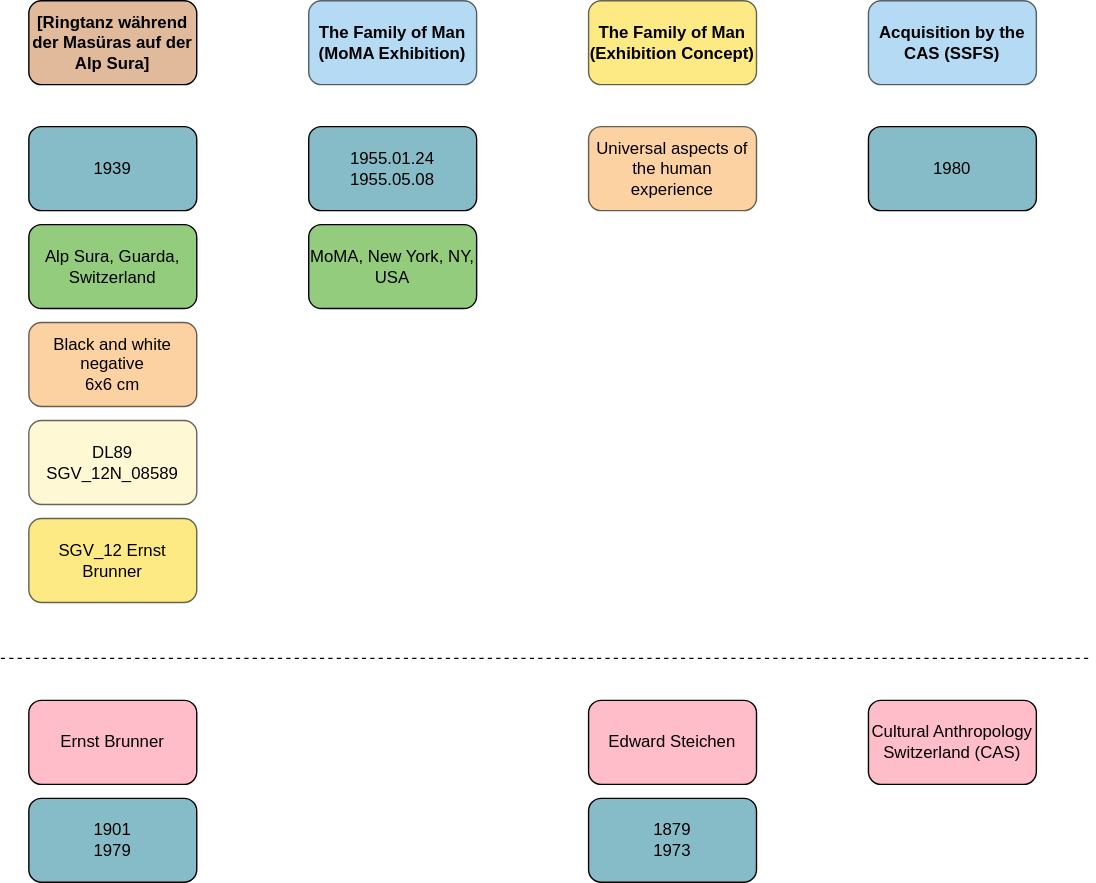
This is assets/ringtanz.drawio.svg from julsraemy/prezi, a draw.io export, as it was before one commit. Source tidied: cells renumbered, new cells last; positions are measured from the earlier drawing's top-left corner, leaving out a move shared by most shapes.
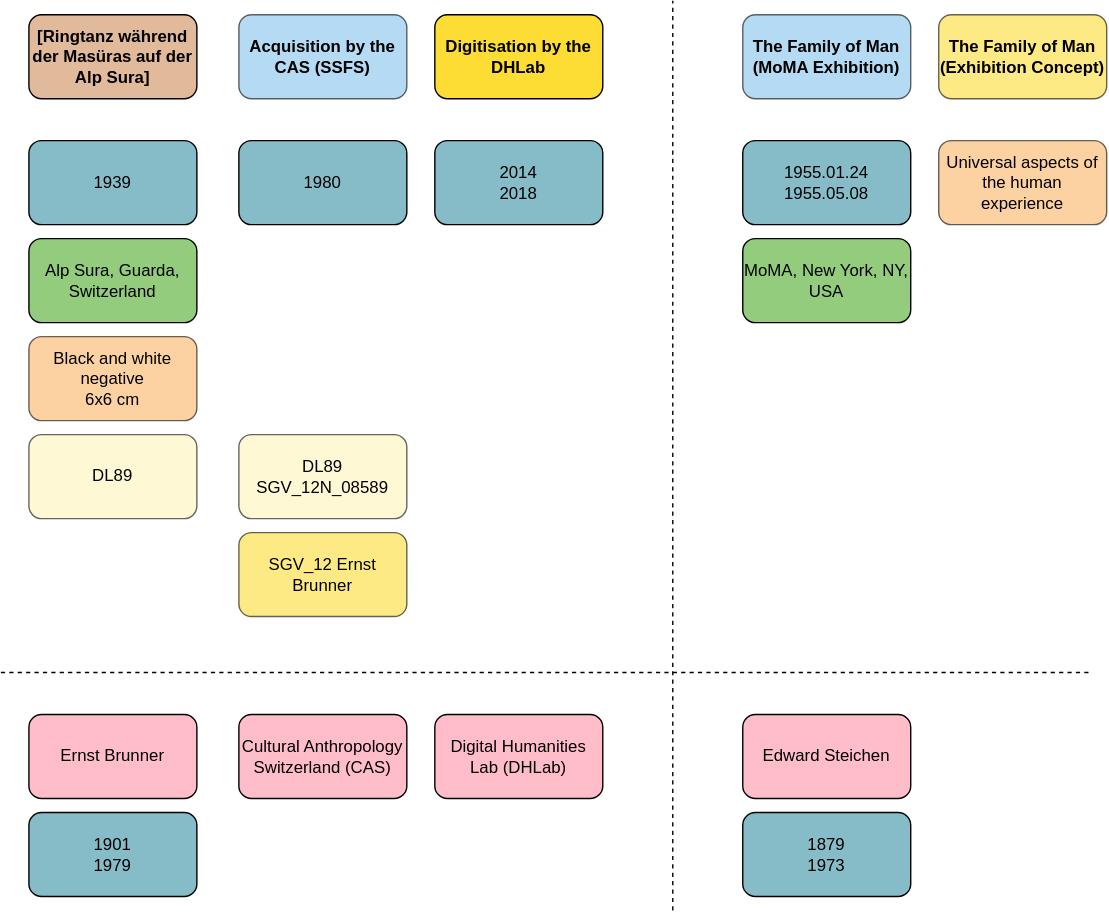
Above is the later version.

What changed in the source:
```diff
@@ -6,7 +6,7 @@
       <mxGeometry x="20" width="120" height="60" as="geometry" />
     </mxCell>
     <mxCell id="3" value="The Family of Man (MoMA Exhibition)" style="rounded=1;whiteSpace=wrap;html=1;fillColor=#82c3ec;opacity=60;fontStyle=1;" parent="1" vertex="1">
-      <mxGeometry x="220" width="120" height="60" as="geometry" />
+      <mxGeometry x="530" width="120" height="60" as="geometry" />
     </mxCell>
     <mxCell id="4" value="Alp Sura, Guarda, Switzerland" style="rounded=1;whiteSpace=wrap;html=1;fillColor=#94cc7d;" parent="1" vertex="1">
       <mxGeometry x="20" y="160" width="120" height="60" as="geometry" />
@@ -18,40 +18,40 @@
       <mxGeometry x="20" y="500" width="120" height="60" as="geometry" />
     </mxCell>
     <mxCell id="7" value="MoMA, New York, NY, USA" style="rounded=1;whiteSpace=wrap;html=1;fillColor=#94cc7d;" parent="1" vertex="1">
-      <mxGeometry x="220" y="160" width="120" height="60" as="geometry" />
+      <mxGeometry x="530" y="160" width="120" height="60" as="geometry" />
     </mxCell>
     <mxCell id="8" value="1955.01.24 1955.05.08" style="rounded=1;whiteSpace=wrap;html=1;fillColor=#86bcc8;" parent="1" vertex="1">
-      <mxGeometry x="220" y="90" width="120" height="60" as="geometry" />
+      <mxGeometry x="530" y="90" width="120" height="60" as="geometry" />
     </mxCell>
     <mxCell id="9" value="Edward Steichen" style="rounded=1;whiteSpace=wrap;html=1;fillColor=#ffbdca;" parent="1" vertex="1">
-      <mxGeometry x="420" y="500" width="120" height="60" as="geometry" />
+      <mxGeometry x="530" y="500" width="120" height="60" as="geometry" />
     </mxCell>
     <mxCell id="10" value="SGV_12 Ernst Brunner" style="rounded=1;whiteSpace=wrap;html=1;fillColor=#fddc34;fontFamily=Helvetica;fontSize=12;opacity=60;" parent="1" vertex="1">
-      <mxGeometry x="20" y="370" width="120" height="60" as="geometry" />
+      <mxGeometry x="170" y="370" width="120" height="60" as="geometry" />
     </mxCell>
     <mxCell id="11" value="The Family of Man (Exhibition Concept)" style="rounded=1;whiteSpace=wrap;html=1;fillColor=#fddc34;fontFamily=Helvetica;fontSize=12;opacity=60;fontStyle=1;" parent="1" vertex="1">
-      <mxGeometry x="420" width="120" height="60" as="geometry" />
+      <mxGeometry x="670" width="120" height="60" as="geometry" />
     </mxCell>
     <mxCell id="12" value="Universal aspects of the human experience" style="rounded=1;whiteSpace=wrap;html=1;fillColor=#fab565;fontFamily=Helvetica;fontSize=12;opacity=60;" parent="1" vertex="1">
-      <mxGeometry x="420" y="90" width="120" height="60" as="geometry" />
+      <mxGeometry x="670" y="90" width="120" height="60" as="geometry" />
     </mxCell>
     <mxCell id="13" value="Acquisition by the CAS (SSFS)" style="rounded=1;whiteSpace=wrap;html=1;fillColor=#82c3ec;fontFamily=Helvetica;fontSize=12;opacity=60;fontStyle=1;" parent="1" vertex="1">
-      <mxGeometry x="620" width="120" height="60" as="geometry" />
+      <mxGeometry x="170" width="120" height="60" as="geometry" />
     </mxCell>
     <mxCell id="14" value="1980" style="rounded=1;whiteSpace=wrap;html=1;fillColor=#86bcc8;" parent="1" vertex="1">
-      <mxGeometry x="620" y="90" width="120" height="60" as="geometry" />
+      <mxGeometry x="170" y="90" width="120" height="60" as="geometry" />
     </mxCell>
     <mxCell id="15" value="1901&lt;br&gt;1979" style="rounded=1;whiteSpace=wrap;html=1;fillColor=#86bcc8;" parent="1" vertex="1">
       <mxGeometry x="20" y="570" width="120" height="60" as="geometry" />
     </mxCell>
     <mxCell id="16" value="Cultural Anthropology Switzerland (CAS)" style="rounded=1;whiteSpace=wrap;html=1;fillColor=#ffbdca;" parent="1" vertex="1">
-      <mxGeometry x="620" y="500" width="120" height="60" as="geometry" />
+      <mxGeometry x="170" y="500" width="120" height="60" as="geometry" />
     </mxCell>
-    <mxCell id="17" value="DL89&lt;br&gt;SGV_12N_08589" style="rounded=1;whiteSpace=wrap;html=1;fillColor=#fef3ba;fontFamily=Helvetica;fontSize=12;opacity=60;" parent="1" vertex="1">
+    <mxCell id="17" value="DL89" style="rounded=1;whiteSpace=wrap;html=1;fillColor=#fef3ba;fontFamily=Helvetica;fontSize=12;opacity=60;" parent="1" vertex="1">
       <mxGeometry x="20" y="300" width="120" height="60" as="geometry" />
     </mxCell>
     <mxCell id="18" value="1879&lt;br&gt;1973" style="rounded=1;whiteSpace=wrap;html=1;fillColor=#86bcc8;" parent="1" vertex="1">
-      <mxGeometry x="420" y="570" width="120" height="60" as="geometry" />
+      <mxGeometry x="530" y="570" width="120" height="60" as="geometry" />
     </mxCell>
     <mxCell id="19" value="Black and white negative&lt;br&gt;6x6 cm" style="rounded=1;whiteSpace=wrap;html=1;fillColor=#fab565;fontFamily=Helvetica;fontSize=12;opacity=60;" parent="1" vertex="1">
       <mxGeometry x="20" y="230" width="120" height="60" as="geometry" />
@@ -62,5 +62,23 @@
         <mxPoint x="780" y="470" as="targetPoint" />
       </mxGeometry>
     </mxCell>
+    <mxCell id="21" value="DL89&lt;br&gt;SGV_12N_08589" style="rounded=1;whiteSpace=wrap;html=1;fillColor=#fef3ba;fontFamily=Helvetica;fontSize=12;opacity=60;" parent="1" vertex="1">
+      <mxGeometry x="170" y="300" width="120" height="60" as="geometry" />
+    </mxCell>
+    <mxCell id="22" value="&lt;b&gt;Digitisation by the DHLab&lt;/b&gt;" style="rounded=1;whiteSpace=wrap;html=1;fillColor=#fddc34;" parent="1" vertex="1">
+      <mxGeometry x="310" width="120" height="60" as="geometry" />
+    </mxCell>
+    <mxCell id="23" value="2014&lt;br&gt;2018" style="rounded=1;whiteSpace=wrap;html=1;fillColor=#86bcc8;" parent="1" vertex="1">
+      <mxGeometry x="310" y="90" width="120" height="60" as="geometry" />
+    </mxCell>
+    <mxCell id="24" value="Digital Humanities Lab (DHLab)" style="rounded=1;whiteSpace=wrap;html=1;fillColor=#ffbdca;" parent="1" vertex="1">
+      <mxGeometry x="310" y="500" width="120" height="60" as="geometry" />
+    </mxCell>
+    <mxCell id="25" style="endArrow=none;dashed=1;html=1;fontFamily=Helvetica;fontSize=12;" parent="1" edge="1">
+      <mxGeometry relative="1" as="geometry">
+        <mxPoint x="480" y="640" as="sourcePoint" />
+        <mxPoint x="480" y="-10" as="targetPoint" />
+      </mxGeometry>
+    </mxCell>
   </root>
 </mxGraphModel>
```
